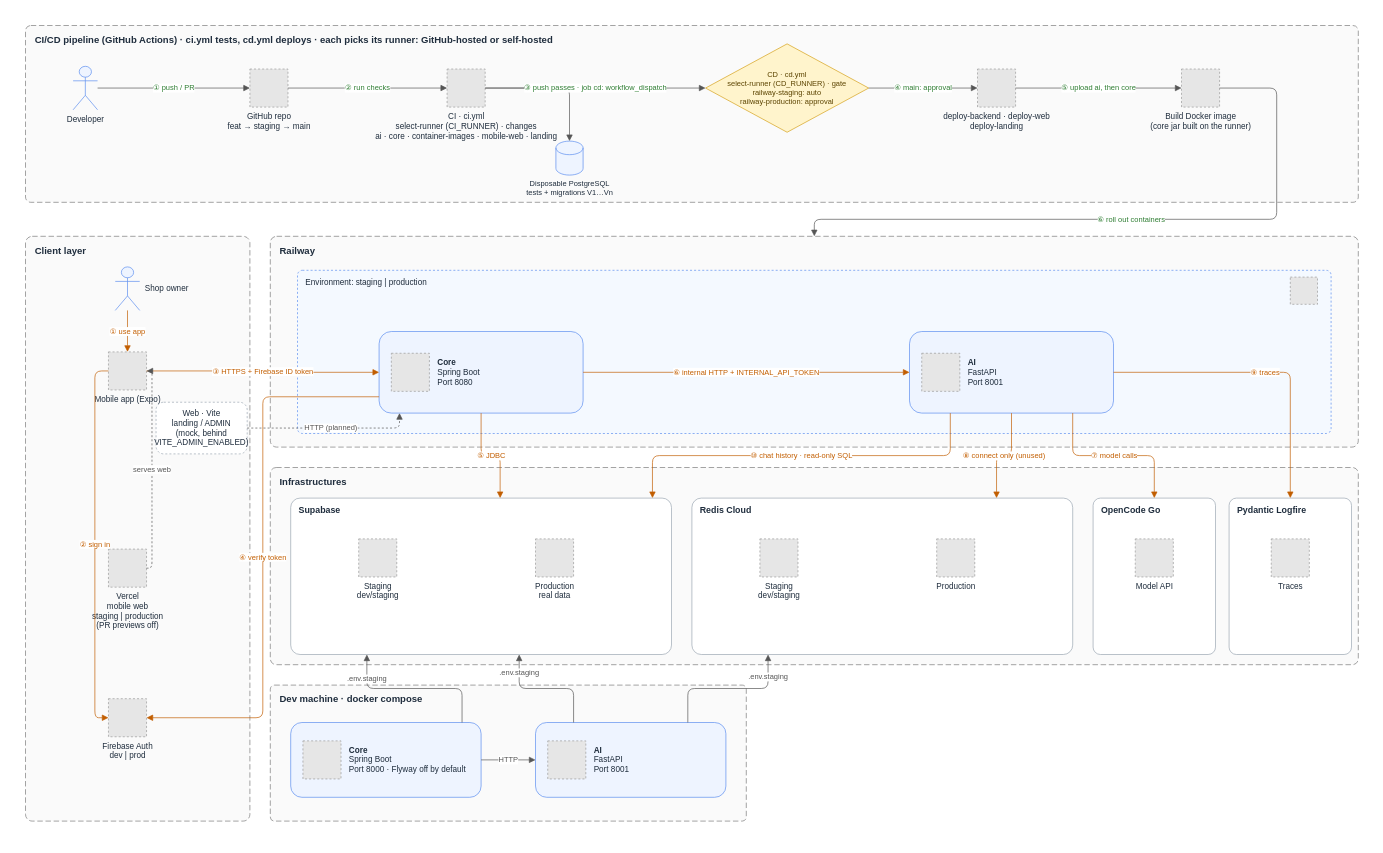
miphu2804/smart-ledger keeps this draw.io diagram as docs/architecture/diagrams/src/ci-cd.drawio. Above is the earlier version. Source tidied: cells renumbered, new cells numbered last; positions are measured from the earlier drawing's top-left corner, leaving out a move shared by most shapes. Both pictures are drawn from the tidied source at 68%, with x=0, y=0 at pixel (12, 12). Pictures stored in the file or linked from it are replaced by grey dashed boxes.
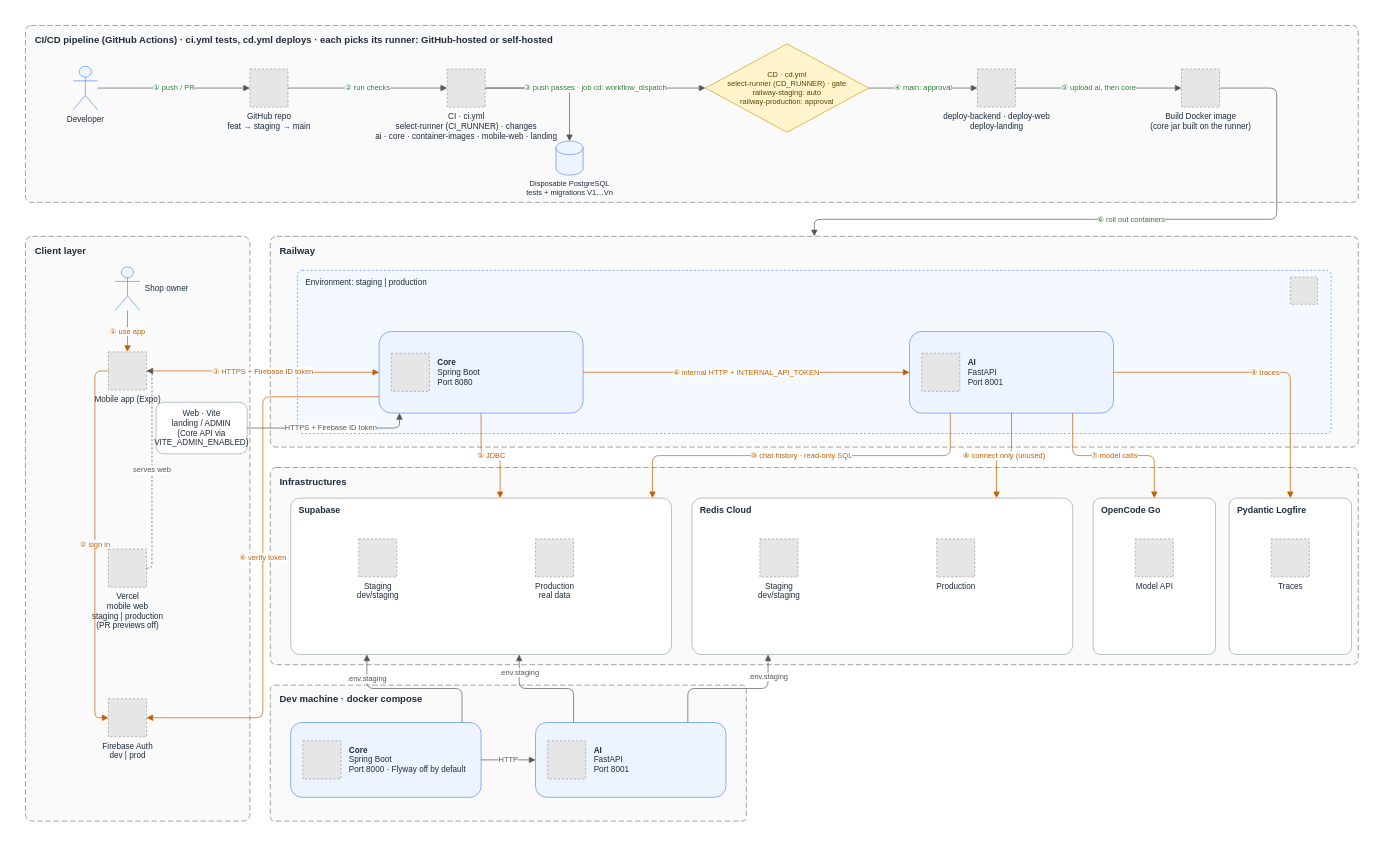
After the change.

The change refers to these unchanged cells:
```xml
<mxCell id="19" value="&lt;b&gt;Core&lt;/b&gt;&lt;br&gt;Spring Boot&lt;br&gt;Port 8080" style="rounded=1;whiteSpace=wrap;html=1;fillColor=#eef4ff;strokeColor=#5b8def;fontColor=#1f2d3d;align=left;spacingLeft=84;fontSize=12;" parent="18" vertex="1">
  <mxGeometry x="120" y="90" width="300" height="120" as="geometry" />
</mxCell>
```

The edit, as a diff of the source:
```diff
@@
-    <mxCell id="14" value="Web · Vite&lt;br&gt;landing / ADMIN&lt;br&gt;(mock, behind&lt;br&gt;VITE_ADMIN_ENABLED)" style="rounded=1;whiteSpace=wrap;html=1;dashed=1;fillColor=#ffffff;strokeColor=#9aa5b1;fontSize=12;fontColor=#1f2d3d;" parent="1" vertex="1">
+    <mxCell id="14" value="Web · Vite&lt;br&gt;landing / ADMIN&lt;br&gt;(Core API via&lt;br&gt;VITE_ADMIN_ENABLED)" style="rounded=1;whiteSpace=wrap;html=1;dashed=0;fillColor=#ffffff;strokeColor=#9aa5b1;fontSize=12;fontColor=#1f2d3d;" parent="1" vertex="1">
       <mxGeometry x="212" y="574" width="134" height="76" as="geometry" />
     </mxCell>
@@
-    <mxCell id="58" value="HTTP (planned)" style="edgeStyle=orthogonalEdgeStyle;rounded=1;jettySize=auto;html=1;endArrow=block;endSize=7;fontSize=11;labelBackgroundColor=#ffffff;fontColor=#555555;strokeColor=#555555;dashed=1;exitX=1;exitY=0.5;entryX=0.1;entryY=1;" parent="1" edge="1" source="14" target="19">
+    <mxCell id="58" value="HTTPS + Firebase ID token" style="edgeStyle=orthogonalEdgeStyle;rounded=1;jettySize=auto;html=1;endArrow=block;endSize=7;fontSize=11;labelBackgroundColor=#ffffff;fontColor=#555555;strokeColor=#555555;dashed=0;exitX=1;exitY=0.5;entryX=0.1;entryY=1;" parent="1" edge="1" source="14" target="19">
       <mxGeometry relative="1" as="geometry" />
     </mxCell>
```
